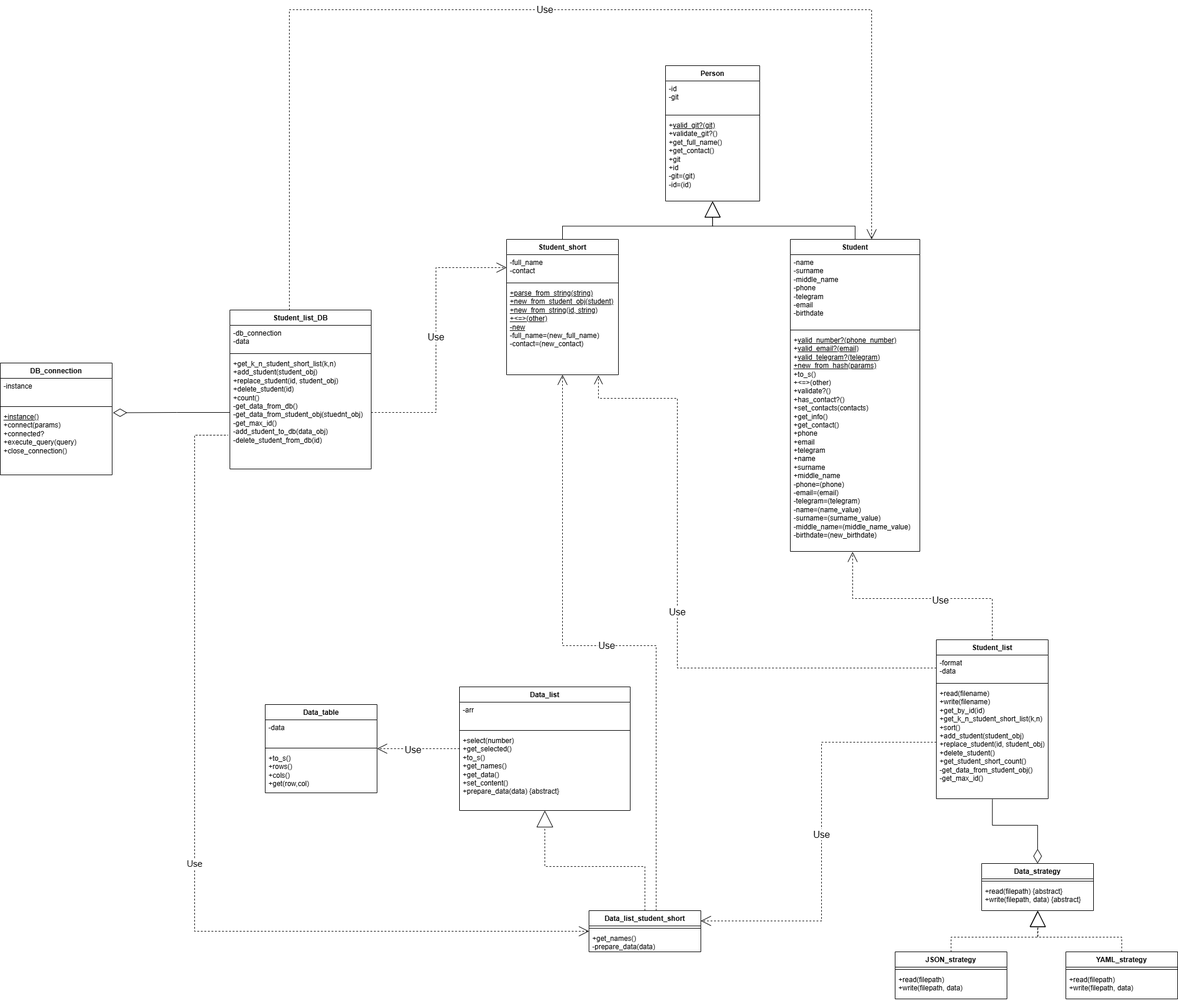
Above: components_diagram.png in lotarv/designPatterns (draw.io), before the change. Source tidied: cells renumbered, new cells last; positions are measured from the earlier drawing's top-left corner, leaving out a move shared by most shapes.
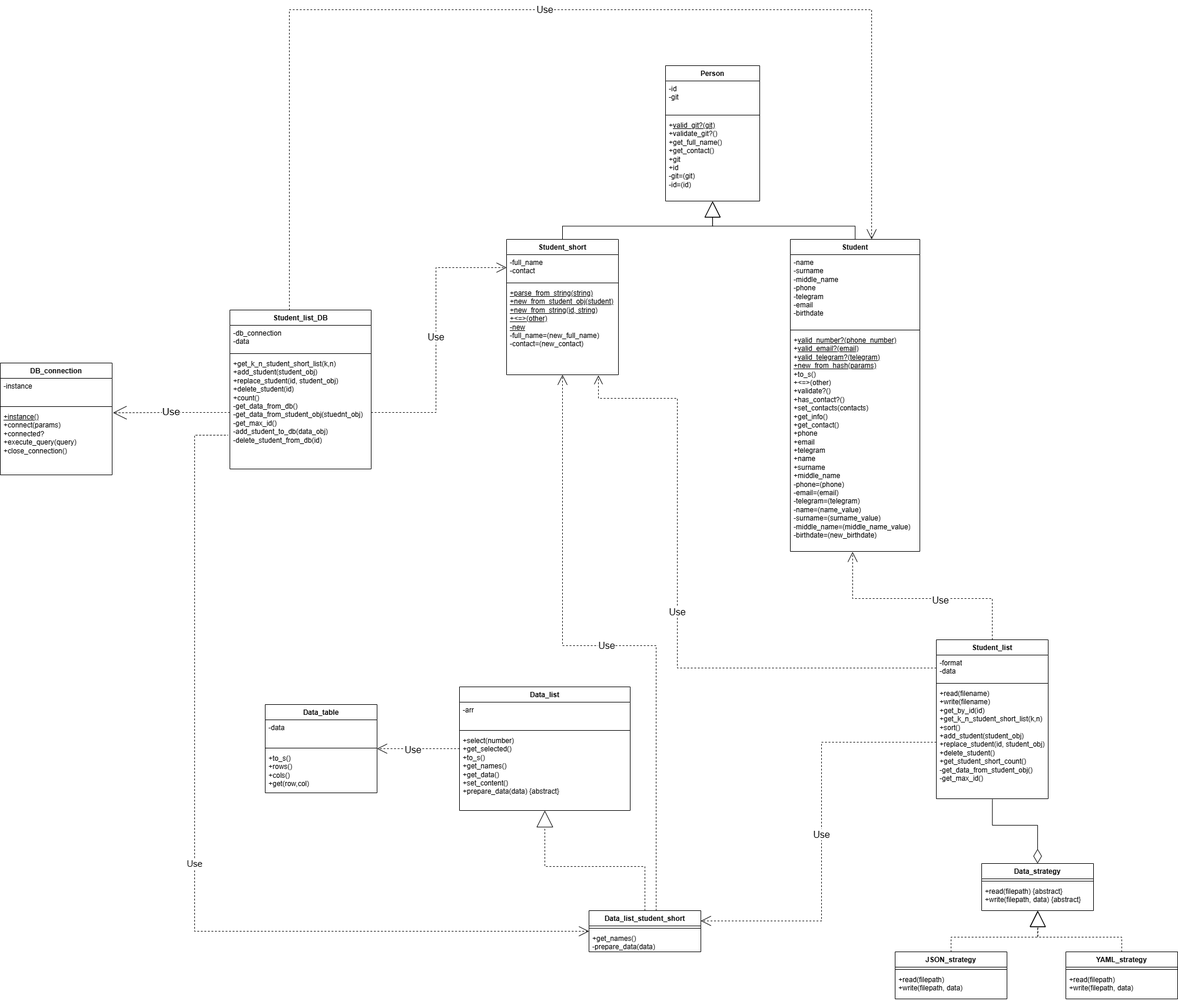
Later version of the same file.

Change to the diagram source:
```diff
@@ -184,7 +184,7 @@
         </Array>
       </mxGeometry>
     </mxCell>
-    <mxCell id="59" style="edgeStyle=orthogonalEdgeStyle;rounded=0;jettySize=auto;html=1;entryX=1.008;entryY=0.058;entryDx=0;entryDy=0;entryPerimeter=0;endArrow=diamondThin;endFill=0;strokeWidth=1;endSize=21;" parent="1" edge="1" source="51" target="47">
+    <mxCell id="59" value="Use" style="edgeStyle=orthogonalEdgeStyle;rounded=0;jettySize=auto;html=1;entryX=1.008;entryY=0.058;entryDx=0;entryDy=0;entryPerimeter=0;endArrow=open;endFill=0;strokeWidth=1;endSize=21;dashed=1;fontSize=17;" parent="1" edge="1" source="51" target="47">
       <mxGeometry relative="1" as="geometry" />
     </mxCell>
     <mxCell id="60" value="Use" style="edgeStyle=orthogonalEdgeStyle;rounded=0;jettySize=auto;html=1;entryX=0;entryY=0.5;entryDx=0;entryDy=0;dashed=1;endArrow=open;endFill=0;endSize=15;fontSize=16;" parent="1" edge="1" source="51" target="11">
```
